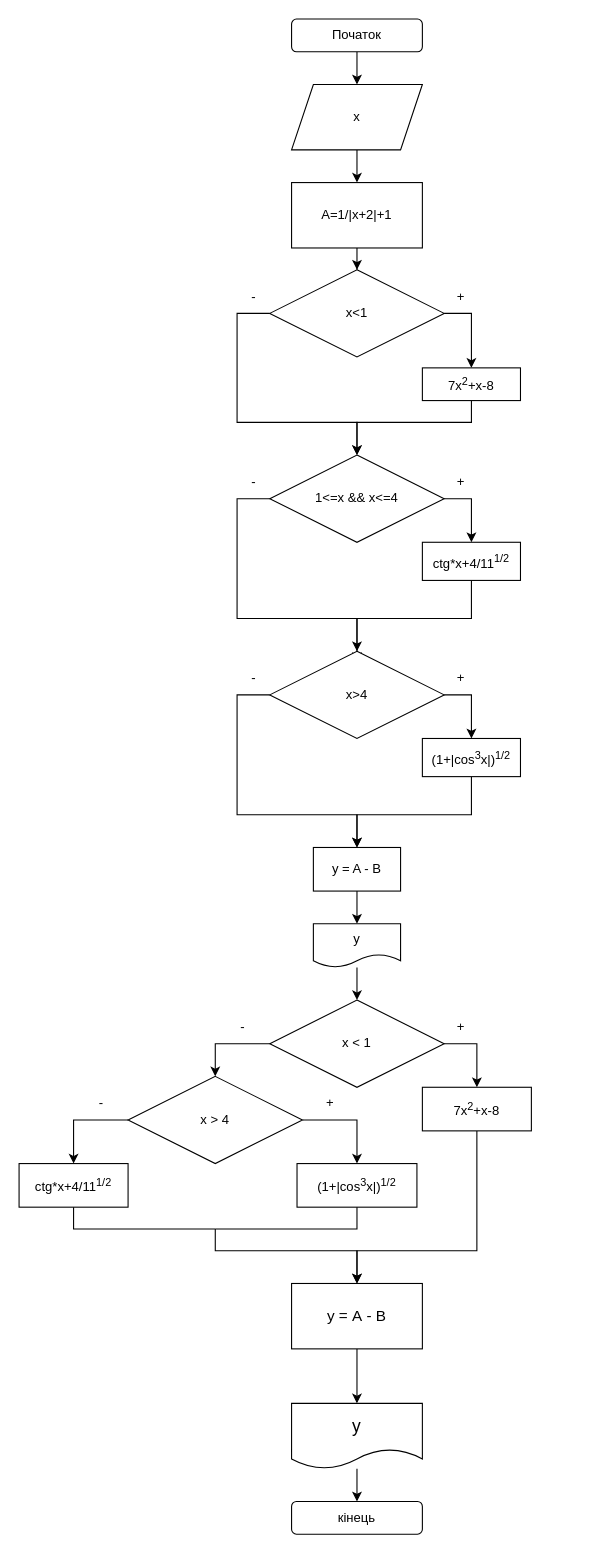
This is Діаграма без назви.drawio from Slava-v-Ukraini/lab_3.1, a draw.io file, before an edit. Source tidied: cells renumbered, new cells numbered last; positions are measured from the earlier drawing's top-left corner, leaving out a move shared by most shapes. Both pictures are drawn from the tidied source at 109%, with x=0, y=0 at pixel (19, 19).
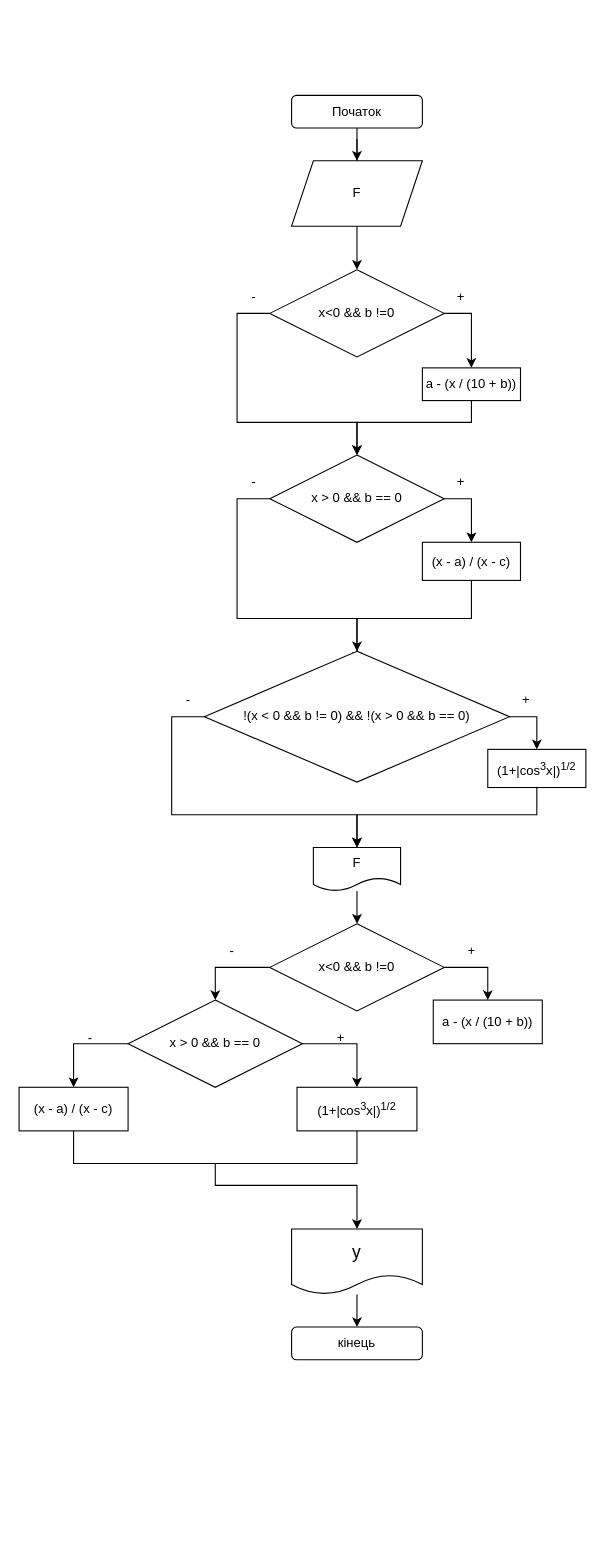
The same page after the edit.

Commit message:
Оновлення Діаграма 3.2.drawio

Change to the diagram source:
```diff
@@
-    <mxCell id="2" style="edgeStyle=orthogonalEdgeStyle;rounded=0;jettySize=auto;html=1;" parent="1" edge="1" source="3">
-      <mxGeometry relative="1" as="geometry">
-        <mxPoint x="310" y="60" as="targetPoint" />
-      </mxGeometry>
-    </mxCell>
+    <mxCell id="55" style="edgeStyle=orthogonalEdgeStyle;rounded=0;jettySize=auto;html=1;" parent="1" edge="1" source="3" target="5">
+      <mxGeometry relative="1" as="geometry" />
+    </mxCell>
     <mxCell id="3" value="Початок" style="rounded=1;whiteSpace=wrap;html=1;" parent="1" vertex="1">
-      <mxGeometry x="250" width="120" height="30" as="geometry" />
+      <mxGeometry x="250" y="70" width="120" height="30" as="geometry" />
     </mxCell>
-    <mxCell id="4" style="edgeStyle=orthogonalEdgeStyle;rounded=0;jettySize=auto;html=1;" parent="1" edge="1" source="5" target="7">
-      <mxGeometry relative="1" as="geometry" />
+    <mxCell id="4" style="edgeStyle=orthogonalEdgeStyle;rounded=0;jettySize=auto;html=1;" parent="1" edge="1" source="5">
+      <mxGeometry relative="1" as="geometry">
+        <mxPoint x="310" y="150" as="targetPoint" />
+      </mxGeometry>
     </mxCell>
+    <mxCell id="56" style="edgeStyle=orthogonalEdgeStyle;rounded=0;jettySize=auto;html=1;" parent="1" edge="1" source="5" target="10">
+      <mxGeometry relative="1" as="geometry" />
+    </mxCell>
-    <mxCell id="5" value="x" style="shape=parallelogram;perimeter=parallelogramPerimeter;whiteSpace=wrap;html=1;fixedSize=1;" parent="1" vertex="1">
-      <mxGeometry x="250" y="60" width="120" height="60" as="geometry" />
+    <mxCell id="5" value="F" style="shape=parallelogram;perimeter=parallelogramPerimeter;whiteSpace=wrap;html=1;fixedSize=1;" parent="1" vertex="1">
+      <mxGeometry x="250" y="130" width="120" height="60" as="geometry" />
     </mxCell>
-    <mxCell id="6" style="edgeStyle=orthogonalEdgeStyle;rounded=0;jettySize=auto;html=1;entryX=0.5;entryY=0;entryDx=0;entryDy=0;" parent="1" edge="1" source="7" target="10">
-      <mxGeometry relative="1" as="geometry" />
-    </mxCell>
-    <mxCell id="7" value="A=1/|x+2|+1" style="rounded=0;whiteSpace=wrap;html=1;" parent="1" vertex="1">
-      <mxGeometry x="250" y="150" width="120" height="60" as="geometry" />
-    </mxCell>
@@
-    <mxCell id="10" value="x&amp;lt;1" style="rhombus;whiteSpace=wrap;html=1;" parent="1" vertex="1">
+    <mxCell id="10" value="x&amp;lt;0 &amp;amp;&amp;amp; b !=0" style="rhombus;whiteSpace=wrap;html=1;" parent="1" vertex="1">
       <mxGeometry x="230" y="230" width="160" height="80" as="geometry" />
     </mxCell>
@@
-    <mxCell id="12" value="7x&lt;sup&gt;2&lt;/sup&gt;+x-8" style="rounded=0;whiteSpace=wrap;html=1;" parent="1" vertex="1">
+    <mxCell id="12" value="a - (x / (10 + b))" style="rounded=0;whiteSpace=wrap;html=1;" parent="1" vertex="1">
       <mxGeometry x="370" y="320" width="90" height="30" as="geometry" />
     </mxCell>
@@
-    <mxCell id="15" value="1&amp;lt;=x &amp;amp;&amp;amp; x&amp;lt;=4" style="rhombus;whiteSpace=wrap;html=1;" parent="1" vertex="1">
+    <mxCell id="15" value="x &amp;gt; 0 &amp;amp;&amp;amp; b == 0" style="rhombus;whiteSpace=wrap;html=1;" parent="1" vertex="1">
       <mxGeometry x="230" y="400" width="160" height="80" as="geometry" />
     </mxCell>
@@
-    <mxCell id="17" value="ctg*x+4/11&lt;sup&gt;1/2&lt;/sup&gt;" style="whiteSpace=wrap;html=1;" parent="1" vertex="1">
+    <mxCell id="17" value="(x - a) / (x - c)" style="whiteSpace=wrap;html=1;" parent="1" vertex="1">
       <mxGeometry x="370" y="480" width="90" height="35" as="geometry" />
     </mxCell>
     <mxCell id="18" style="edgeStyle=none;rounded=0;jettySize=auto;html=1;entryX=0.5;entryY=0;entryDx=0;entryDy=0;" parent="1" edge="1" source="20" target="24">
       <mxGeometry relative="1" as="geometry">
         <Array as="points">
-          <mxPoint x="415" y="620" />
+          <mxPoint x="475" y="640" />
         </Array>
       </mxGeometry>
     </mxCell>
     <mxCell id="19" style="edgeStyle=none;rounded=0;jettySize=auto;html=1;entryX=0.5;entryY=0;entryDx=0;entryDy=0;" parent="1" edge="1" source="20">
       <mxGeometry relative="1" as="geometry">
         <mxPoint x="310" y="760" as="targetPoint" />
         <Array as="points">
-          <mxPoint x="200" y="620" />
-          <mxPoint x="200" y="730" />
+          <mxPoint x="140" y="640" />
+          <mxPoint x="140" y="730" />
           <mxPoint x="310" y="730" />
         </Array>
       </mxGeometry>
     </mxCell>
-    <mxCell id="20" value="x&amp;gt;4" style="rhombus;whiteSpace=wrap;html=1;" parent="1" vertex="1">
-      <mxGeometry x="230" y="580" width="160" height="80" as="geometry" />
+    <mxCell id="20" value="!(x &amp;lt; 0 &amp;amp;&amp;amp; b != 0) &amp;amp;&amp;amp; !(x &amp;gt; 0 &amp;amp;&amp;amp; b == 0)" style="rhombus;whiteSpace=wrap;html=1;" parent="1" vertex="1">
+      <mxGeometry x="170" y="580" width="280" height="120" as="geometry" />
     </mxCell>
@@
     <mxCell id="23" style="edgeStyle=none;rounded=0;jettySize=auto;html=1;" parent="1" edge="1" source="24">
       <mxGeometry relative="1" as="geometry">
         <mxPoint x="310" y="760" as="targetPoint" />
         <Array as="points">
+          <mxPoint x="475" y="730" />
           <mxPoint x="415" y="730" />
           <mxPoint x="310" y="730" />
         </Array>
       </mxGeometry>
     </mxCell>
     <mxCell id="24" value="(1+|cos&lt;sup&gt;3&lt;/sup&gt;x|)&lt;sup&gt;1/2&lt;/sup&gt;" style="whiteSpace=wrap;html=1;" parent="1" vertex="1">
-      <mxGeometry x="370" y="660" width="90" height="35" as="geometry" />
+      <mxGeometry x="430" y="670" width="90" height="35" as="geometry" />
     </mxCell>
-    <mxCell id="25" style="edgeStyle=none;rounded=0;jettySize=auto;html=1;" parent="1" edge="1" source="26" target="28">
-      <mxGeometry relative="1" as="geometry" />
+    <mxCell id="25" style="edgeStyle=none;rounded=0;jettySize=auto;html=1;" parent="1" edge="1" target="28">
+      <mxGeometry relative="1" as="geometry">
+        <mxPoint x="310" y="800" as="sourcePoint" />
+      </mxGeometry>
     </mxCell>
-    <mxCell id="26" value="y = A - B" style="rounded=0;whiteSpace=wrap;html=1;" parent="1" vertex="1">
-      <mxGeometry x="270" y="760" width="80" height="40" as="geometry" />
-    </mxCell>
@@
-    <mxCell id="28" value="y" style="shape=document;whiteSpace=wrap;html=1;boundedLbl=1;rounded=0;" parent="1" vertex="1">
-      <mxGeometry x="270" y="830" width="80" height="40" as="geometry" />
+    <mxCell id="28" value="F" style="shape=document;whiteSpace=wrap;html=1;boundedLbl=1;rounded=0;" parent="1" vertex="1">
+      <mxGeometry x="270" y="760" width="80" height="40" as="geometry" />
     </mxCell>
     <mxCell id="29" style="edgeStyle=none;rounded=0;jettySize=auto;html=1;" parent="1" edge="1" source="31" target="32">
       <mxGeometry relative="1" as="geometry">
         <Array as="points">
-          <mxPoint x="420" y="940" />
+          <mxPoint x="430" y="870" />
         </Array>
       </mxGeometry>
     </mxCell>
     <mxCell id="30" style="edgeStyle=none;rounded=0;jettySize=auto;html=1;" parent="1" edge="1" source="31" target="37">
       <mxGeometry relative="1" as="geometry">
         <Array as="points">
-          <mxPoint x="180" y="940" />
+          <mxPoint x="180" y="870" />
         </Array>
       </mxGeometry>
     </mxCell>
-    <mxCell id="31" value="x &amp;lt; 1" style="rhombus;whiteSpace=wrap;html=1;rounded=0;" parent="1" vertex="1">
-      <mxGeometry x="230" y="900" width="160" height="80" as="geometry" />
+    <mxCell id="31" value="x&amp;lt;0 &amp;amp;&amp;amp; b !=0" style="rhombus;whiteSpace=wrap;html=1;rounded=0;" parent="1" vertex="1">
+      <mxGeometry x="230" y="830" width="160" height="80" as="geometry" />
     </mxCell>
-    <mxCell id="32" value="7x&lt;sup&gt;2&lt;/sup&gt;+x-8" style="whiteSpace=wrap;html=1;rounded=0;" parent="1" vertex="1">
-      <mxGeometry x="370" y="980" width="100" height="40" as="geometry" />
+    <mxCell id="32" value="a - (x / (10 + b))" style="whiteSpace=wrap;html=1;rounded=0;" parent="1" vertex="1">
+      <mxGeometry x="380" y="900" width="100" height="40" as="geometry" />
     </mxCell>
     <mxCell id="33" value="+" style="text;html=1;align=center;verticalAlign=middle;strokeColor=none;fillColor=none;" parent="1" vertex="1">
-      <mxGeometry x="390" y="590" width="30" height="30" as="geometry" />
+      <mxGeometry x="450" y="610" width="30" height="30" as="geometry" />
     </mxCell>
     <mxCell id="34" value="+" style="text;html=1;align=center;verticalAlign=middle;strokeColor=none;fillColor=none;" parent="1" vertex="1">
-      <mxGeometry x="390" y="910" width="30" height="30" as="geometry" />
+      <mxGeometry x="400" y="840" width="30" height="30" as="geometry" />
     </mxCell>
     <mxCell id="35" style="edgeStyle=none;rounded=0;jettySize=auto;html=1;" parent="1" edge="1" source="37" target="38">
       <mxGeometry relative="1" as="geometry">
         <Array as="points">
-          <mxPoint x="310" y="1010" />
+          <mxPoint x="310" y="940" />
         </Array>
       </mxGeometry>
     </mxCell>
     <mxCell id="36" style="edgeStyle=none;rounded=0;jettySize=auto;html=1;" parent="1" edge="1" source="37" target="39">
       <mxGeometry relative="1" as="geometry">
         <Array as="points">
-          <mxPoint x="50" y="1010" />
+          <mxPoint x="50" y="940" />
         </Array>
       </mxGeometry>
     </mxCell>
-    <mxCell id="37" value="x &amp;gt; 4" style="rhombus;whiteSpace=wrap;html=1;rounded=0;" parent="1" vertex="1">
-      <mxGeometry x="100" y="970" width="160" height="80" as="geometry" />
+    <mxCell id="37" value="x &amp;gt; 0 &amp;amp;&amp;amp; b == 0" style="rhombus;whiteSpace=wrap;html=1;rounded=0;" parent="1" vertex="1">
+      <mxGeometry x="100" y="900" width="160" height="80" as="geometry" />
     </mxCell>
     <mxCell id="38" value="(1+|cos&lt;sup&gt;3&lt;/sup&gt;x|)&lt;sup&gt;1/2&lt;/sup&gt;" style="rounded=0;whiteSpace=wrap;html=1;" parent="1" vertex="1">
-      <mxGeometry x="255" y="1050" width="110" height="40" as="geometry" />
+      <mxGeometry x="255" y="980" width="110" height="40" as="geometry" />
     </mxCell>
-    <mxCell id="39" value="ctg*x+4/11&lt;sup&gt;1/2&lt;/sup&gt;" style="whiteSpace=wrap;html=1;rounded=0;" parent="1" vertex="1">
-      <mxGeometry y="1050" width="100" height="40" as="geometry" />
+    <mxCell id="39" value="(x - a) / (x - c)" style="whiteSpace=wrap;html=1;rounded=0;" parent="1" vertex="1">
+      <mxGeometry y="980" width="100" height="40" as="geometry" />
     </mxCell>
-    <mxCell id="40" style="endArrow=none;html=1;rounded=0;" parent="1" edge="1">
-      <mxGeometry relative="1" as="geometry">
-        <mxPoint x="180" y="1110" as="sourcePoint" />
-        <mxPoint x="50" y="1090" as="targetPoint" />
-        <Array as="points">
-          <mxPoint x="50" y="1110" />
-        </Array>
-      </mxGeometry>
-    </mxCell>
     <mxCell id="41" style="endArrow=none;html=1;rounded=0;entryX=0.5;entryY=1;entryDx=0;entryDy=0;" parent="1" edge="1" target="38">
       <mxGeometry relative="1" as="geometry">
-        <mxPoint x="180" y="1110" as="sourcePoint" />
+        <mxPoint x="180" y="1050" as="sourcePoint" />
         <Array as="points">
-          <mxPoint x="310" y="1110" />
+          <mxPoint x="310" y="1050" />
         </Array>
       </mxGeometry>
     </mxCell>
-    <mxCell id="42" style="endArrow=classic;html=1;rounded=0;" parent="1" edge="1">
+    <mxCell id="42" style="endArrow=classic;html=1;rounded=0;entryX=0.5;entryY=0;entryDx=0;entryDy=0;" parent="1" edge="1">
       <mxGeometry relative="1" as="geometry">
-        <mxPoint x="180" y="1110" as="sourcePoint" />
-        <mxPoint x="310" y="1160" as="targetPoint" />
+        <mxPoint x="180" y="1050" as="sourcePoint" />
+        <mxPoint x="310" y="1110" as="targetPoint" />
         <Array as="points">
-          <mxPoint x="180" y="1130" />
-          <mxPoint x="310" y="1130" />
+          <mxPoint x="180" y="1070" />
+          <mxPoint x="310" y="1070" />
         </Array>
       </mxGeometry>
     </mxCell>
-    <mxCell id="43" style="endArrow=classic;html=1;rounded=0;" parent="1" edge="1" target="45">
-      <mxGeometry relative="1" as="geometry">
-        <mxPoint x="420" y="1020" as="sourcePoint" />
-        <Array as="points">
-          <mxPoint x="420" y="1040" />
-          <mxPoint x="420" y="1130" />
-          <mxPoint x="310" y="1130" />
-        </Array>
-      </mxGeometry>
-    </mxCell>
-    <mxCell id="44" style="edgeStyle=none;rounded=0;jettySize=auto;html=1;" parent="1" edge="1" source="45" target="47">
-      <mxGeometry relative="1" as="geometry" />
-    </mxCell>
-    <mxCell id="45" value="&lt;font style=&quot;font-size: 14px;&quot;&gt;&lt;font style=&quot;font-size: 14px;&quot;&gt;y =&lt;/font&gt;&lt;font style=&quot;font-size: 14px;&quot;&gt;&amp;nbsp;A&lt;/font&gt;&lt;font style=&quot;font-size: 14px;&quot;&gt;&amp;nbsp;&lt;/font&gt;&lt;font style=&quot;font-size: 14px;&quot;&gt;- B&lt;/font&gt;&lt;/font&gt;" style="rounded=0;whiteSpace=wrap;html=1;" parent="1" vertex="1">
-      <mxGeometry x="250" y="1160" width="120" height="60" as="geometry" />
-    </mxCell>
-    <mxCell id="46" style="edgeStyle=none;rounded=0;jettySize=auto;html=1;entryX=0.5;entryY=0;entryDx=0;entryDy=0;" parent="1" edge="1" source="47" target="48">
+    <mxCell id="46" style="edgeStyle=orthogonalEdgeStyle;rounded=0;jettySize=auto;html=1;" parent="1" edge="1" source="47" target="48">
       <mxGeometry relative="1" as="geometry" />
     </mxCell>
     <mxCell id="47" value="&lt;font style=&quot;font-size: 16px;&quot;&gt;y&lt;/font&gt;" style="shape=document;whiteSpace=wrap;html=1;boundedLbl=1;rounded=0;" parent="1" vertex="1">
-      <mxGeometry x="250" y="1270" width="120" height="60" as="geometry" />
+      <mxGeometry x="250" y="1110" width="120" height="60" as="geometry" />
     </mxCell>
     <mxCell id="48" value="кінець" style="rounded=1;whiteSpace=wrap;html=1;" parent="1" vertex="1">
-      <mxGeometry x="250" y="1360" width="120" height="30" as="geometry" />
+      <mxGeometry x="250" y="1200" width="120" height="30" as="geometry" />
     </mxCell>
     <mxCell id="49" value="+" style="text;html=1;align=center;verticalAlign=middle;strokeColor=none;fillColor=none;" parent="1" vertex="1">
-      <mxGeometry x="270" y="980" width="30" height="30" as="geometry" />
+      <mxGeometry x="280" y="920" width="30" height="30" as="geometry" />
     </mxCell>
     <mxCell id="50" value="-" style="text;html=1;align=center;verticalAlign=middle;strokeColor=none;fillColor=none;" parent="1" vertex="1">
-      <mxGeometry x="190" y="910" width="30" height="30" as="geometry" />
+      <mxGeometry x="180" y="840" width="30" height="30" as="geometry" />
     </mxCell>
     <mxCell id="51" value="-" style="text;html=1;align=center;verticalAlign=middle;strokeColor=none;fillColor=none;" parent="1" vertex="1">
-      <mxGeometry x="60" y="980" width="30" height="30" as="geometry" />
+      <mxGeometry x="50" y="920" width="30" height="30" as="geometry" />
     </mxCell>
     <mxCell id="52" value="-" style="text;html=1;align=center;verticalAlign=middle;strokeColor=none;fillColor=none;" parent="1" vertex="1">
-      <mxGeometry x="200" y="590" width="30" height="30" as="geometry" />
+      <mxGeometry x="140" y="610" width="30" height="30" as="geometry" />
     </mxCell>
@@
+    <mxCell id="57" style="endArrow=none;html=1;rounded=0;entryX=0.5;entryY=1;entryDx=0;entryDy=0;" parent="1" edge="1" target="39">
+      <mxGeometry relative="1" as="geometry">
+        <mxPoint x="180" y="1050" as="sourcePoint" />
+        <Array as="points">
+          <mxPoint x="50" y="1050" />
+        </Array>
+      </mxGeometry>
+    </mxCell>
```
